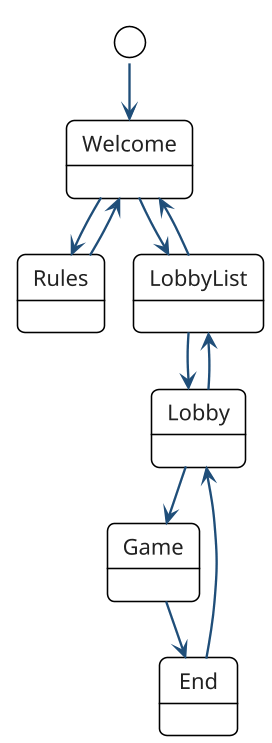
Earlier version of the PlantUML export Rapport/UML/UML_etat_transitions.png (thomasctn/Projet_PacMan_En_Reseau). Source of this version:
```plantuml
@startuml

!include theme.puml

top to bottom direction

[*] --> Welcome

Welcome --> Rules
Welcome --> LobbyList

Rules --> Welcome

LobbyList --> Welcome
LobbyList --> Lobby

Lobby --> LobbyList
Lobby --> Game


Game --> End

End --> Lobby

@enduml
```
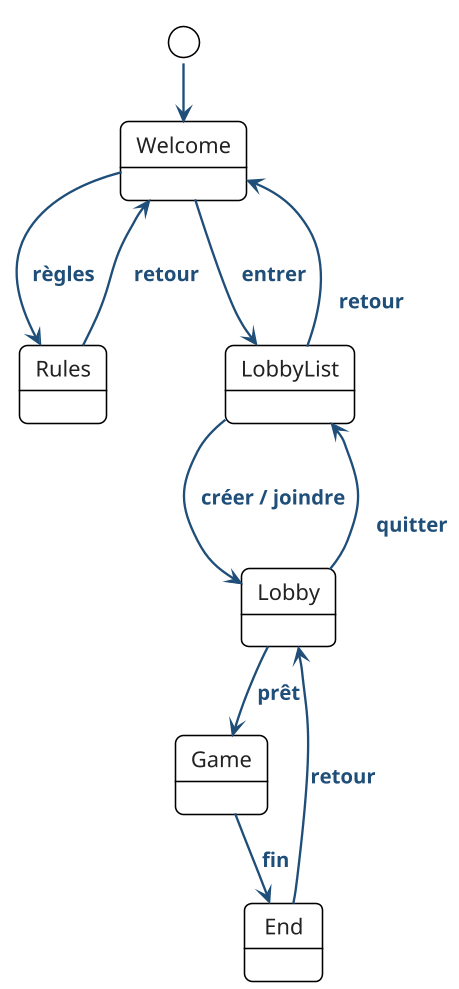
After the change.

Commit message:
diagramme scene manager

What changed in the source:
```diff
@@ -3,23 +3,22 @@
 !include theme.puml
 
 top to bottom direction
+skinparam linetype ortho
 
 [*] --> Welcome
 
-Welcome --> Rules
-Welcome --> LobbyList
+Welcome --> Rules : règles
+Rules --> Welcome :retour
 
-Rules --> Welcome
+Welcome --> LobbyList :entrer
+LobbyList --> Welcome : \n\n   retour
 
-LobbyList --> Welcome
-LobbyList --> Lobby
+LobbyList --> Lobby : créer / joindre
+Lobby --> LobbyList : \n\n   quitter
 
-Lobby --> LobbyList
-Lobby --> Game
+Lobby --> Game : prêt
+Game --> End : fin
 
-
-Game --> End
-
-End --> Lobby
+End --> Lobby : retour
 
 @enduml
```
